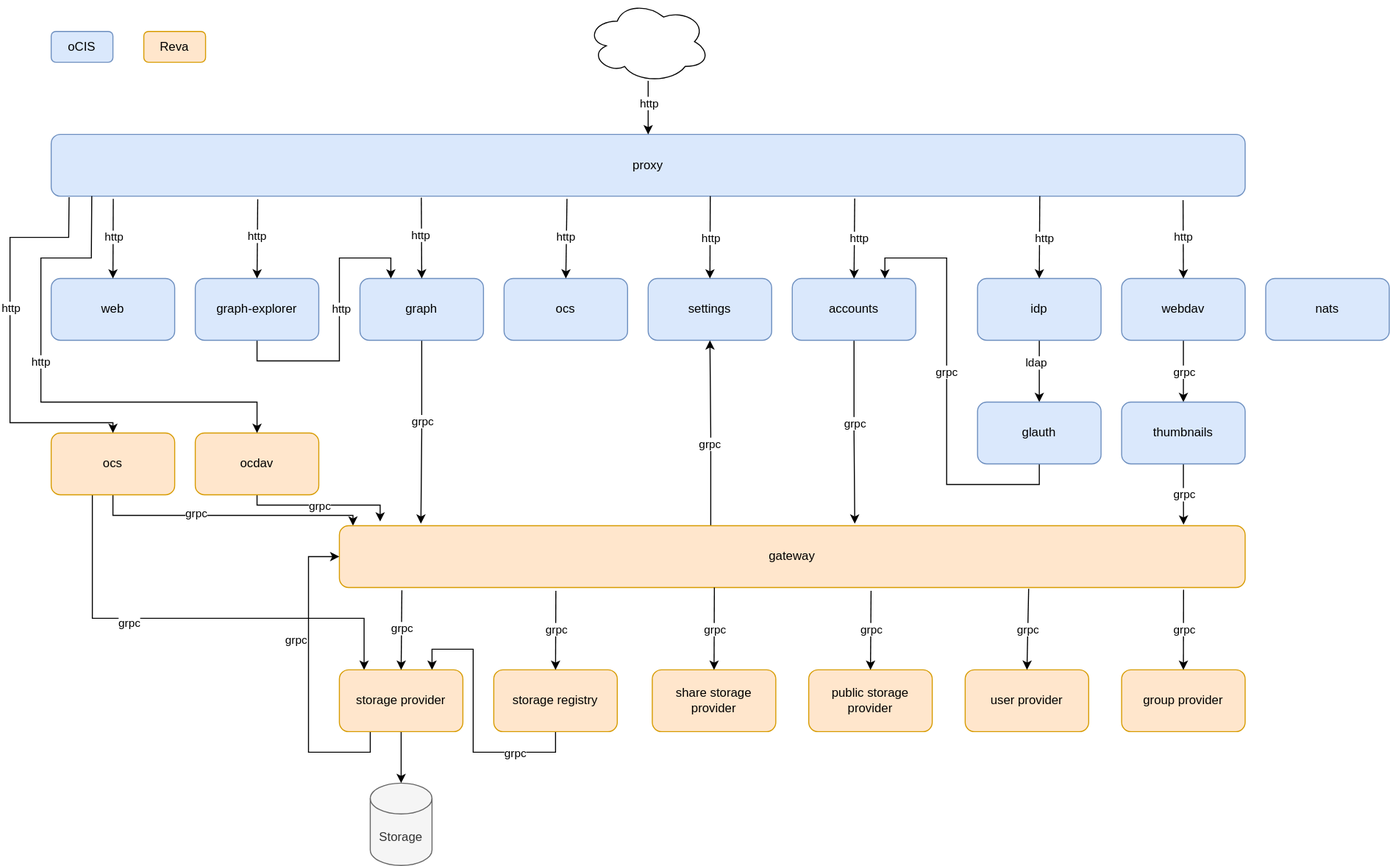
Above: docs/ocis/static/ocis-services-communication.drawio.svg in owncloud/ocis (draw.io), before the change. Source tidied: cells renumbered, new cells last; positions are measured from the earlier drawing's top-left corner, leaving out a move shared by most shapes.
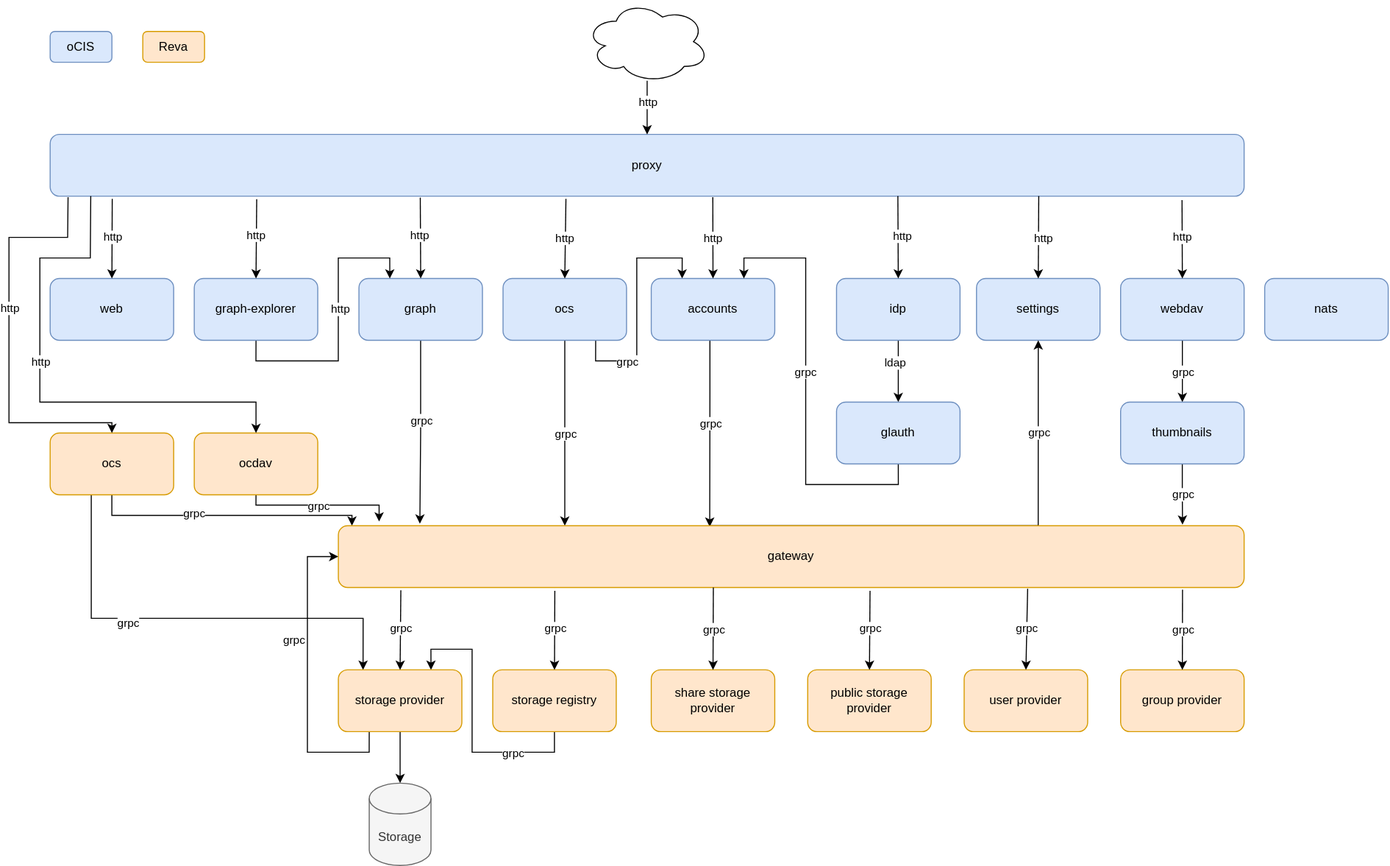
After the commit.

Commit message:
add connection between ocis/ocs and accounts, reva gateway

Change to the diagram source:
```diff
@@ -51,14 +51,42 @@
     <mxCell id="11" value="ocdav" style="rounded=1;whiteSpace=wrap;html=1;fillColor=#ffe6cc;strokeColor=#d79b00;" parent="1" vertex="1">
       <mxGeometry x="180" y="420" width="120" height="60" as="geometry" />
     </mxCell>
+    <mxCell id="88" style="edgeStyle=orthogonalEdgeStyle;rounded=0;jettySize=auto;html=1;entryX=0.25;entryY=0;entryDx=0;entryDy=0;" parent="1" edge="1" source="12" target="38">
+      <mxGeometry relative="1" as="geometry" />
+    </mxCell>
+    <mxCell id="89" value="grpc" style="edgeLabel;html=1;align=center;verticalAlign=middle;" parent="88" vertex="1">
+      <mxGeometry x="0.26" y="-2" relative="1" as="geometry">
+        <mxPoint x="2" y="-23" as="offset" />
+      </mxGeometry>
+    </mxCell>
+    <mxCell id="90" style="edgeStyle=orthogonalEdgeStyle;rounded=0;jettySize=auto;html=1;exitX=0.75;exitY=1;exitDx=0;exitDy=0;entryX=0.25;entryY=0;entryDx=0;entryDy=0;" parent="1" edge="1" source="12" target="16">
+      <mxGeometry relative="1" as="geometry">
+        <Array as="points">
+          <mxPoint x="570" y="350" />
+          <mxPoint x="610" y="350" />
+          <mxPoint x="610" y="250" />
+          <mxPoint x="654" y="250" />
+        </Array>
+      </mxGeometry>
+    </mxCell>
+    <mxCell id="91" value="grpc" style="edgeLabel;html=1;align=center;verticalAlign=middle;" parent="90" vertex="1">
+      <mxGeometry x="-0.22" y="3" relative="1" as="geometry">
+        <mxPoint x="-7" y="27" as="offset" />
+      </mxGeometry>
+    </mxCell>
     <mxCell id="12" value="ocs" style="rounded=1;whiteSpace=wrap;html=1;fillColor=#dae8fc;strokeColor=#6c8ebf;" parent="1" vertex="1">
       <mxGeometry x="480" y="270" width="120" height="60" as="geometry" />
     </mxCell>
     <mxCell id="13" value="settings" style="rounded=1;whiteSpace=wrap;html=1;fillColor=#dae8fc;strokeColor=#6c8ebf;" parent="1" vertex="1">
-      <mxGeometry x="620" y="270" width="120" height="60" as="geometry" />
+      <mxGeometry x="940" y="270" width="120" height="60" as="geometry" />
     </mxCell>
-    <mxCell id="14" style="edgeStyle=orthogonalEdgeStyle;rounded=0;jettySize=auto;html=1;entryX=0.569;entryY=-0.033;entryDx=0;entryDy=0;entryPerimeter=0;shadow=0;" parent="1" edge="1" source="16" target="38">
-      <mxGeometry relative="1" as="geometry" />
+    <mxCell id="14" style="edgeStyle=orthogonalEdgeStyle;rounded=0;jettySize=auto;html=1;shadow=0;entryX=0.41;entryY=0.017;entryDx=0;entryDy=0;entryPerimeter=0;" parent="1" edge="1" source="16" target="38">
+      <mxGeometry relative="1" as="geometry">
+        <Array as="points">
+          <mxPoint x="681" y="380" />
+          <mxPoint x="681" y="380" />
+        </Array>
+      </mxGeometry>
     </mxCell>
     <mxCell id="15" value="grpc" style="edgeLabel;html=1;align=center;verticalAlign=middle;" parent="14" vertex="1">
       <mxGeometry x="-0.77" y="2" relative="1" as="geometry">
@@ -66,7 +94,7 @@
       </mxGeometry>
     </mxCell>
     <mxCell id="16" value="accounts" style="rounded=1;whiteSpace=wrap;html=1;fillColor=#dae8fc;strokeColor=#6c8ebf;" parent="1" vertex="1">
-      <mxGeometry x="760" y="270" width="120" height="60" as="geometry" />
+      <mxGeometry x="624" y="270" width="120" height="60" as="geometry" />
     </mxCell>
     <mxCell id="17" style="edgeStyle=orthogonalEdgeStyle;rounded=0;jettySize=auto;html=1;exitX=0.5;exitY=1;exitDx=0;exitDy=0;entryX=0.5;entryY=0;entryDx=0;entryDy=0;" parent="1" edge="1" source="19" target="22">
       <mxGeometry relative="1" as="geometry" />
@@ -75,15 +103,15 @@
       <mxGeometry x="-0.31" y="-4" relative="1" as="geometry" />
     </mxCell>
     <mxCell id="19" value="idp" style="rounded=1;whiteSpace=wrap;html=1;fillColor=#dae8fc;strokeColor=#6c8ebf;" parent="1" vertex="1">
-      <mxGeometry x="940" y="270" width="120" height="60" as="geometry" />
+      <mxGeometry x="804" y="270" width="120" height="60" as="geometry" />
     </mxCell>
     <mxCell id="20" style="edgeStyle=orthogonalEdgeStyle;rounded=0;jettySize=auto;html=1;exitX=0.5;exitY=1;exitDx=0;exitDy=0;entryX=0.75;entryY=0;entryDx=0;entryDy=0;" parent="1" edge="1" source="22" target="16">
       <mxGeometry relative="1" as="geometry">
         <Array as="points">
-          <mxPoint x="1000" y="470" />
-          <mxPoint x="910" y="470" />
-          <mxPoint x="910" y="250" />
-          <mxPoint x="850" y="250" />
+          <mxPoint x="864" y="470" />
+          <mxPoint x="774" y="470" />
+          <mxPoint x="774" y="250" />
+          <mxPoint x="714" y="250" />
         </Array>
       </mxGeometry>
     </mxCell>
@@ -93,7 +121,7 @@
       </mxGeometry>
     </mxCell>
     <mxCell id="22" value="glauth" style="rounded=1;whiteSpace=wrap;html=1;fillColor=#dae8fc;strokeColor=#6c8ebf;" parent="1" vertex="1">
-      <mxGeometry x="940" y="390" width="120" height="60" as="geometry" />
+      <mxGeometry x="804" y="390" width="120" height="60" as="geometry" />
     </mxCell>
     <mxCell id="23" value="nats" style="rounded=1;whiteSpace=wrap;html=1;fillColor=#dae8fc;strokeColor=#6c8ebf;" parent="1" vertex="1">
       <mxGeometry x="1220" y="270" width="120" height="60" as="geometry" />
@@ -145,14 +173,18 @@
     <mxCell id="35" value="&lt;div&gt;thumbnails&lt;/div&gt;" style="rounded=1;whiteSpace=wrap;html=1;fillColor=#dae8fc;strokeColor=#6c8ebf;" parent="1" vertex="1">
       <mxGeometry x="1080" y="390" width="120" height="60" as="geometry" />
     </mxCell>
-    <mxCell id="36" style="edgeStyle=orthogonalEdgeStyle;rounded=0;jettySize=auto;html=1;entryX=0.5;entryY=1;entryDx=0;entryDy=0;shadow=0;exitX=0.41;exitY=0;exitDx=0;exitDy=0;exitPerimeter=0;" parent="1" edge="1" source="38" target="13">
-      <mxGeometry relative="1" as="geometry" />
+    <mxCell id="36" style="edgeStyle=orthogonalEdgeStyle;rounded=0;jettySize=auto;html=1;shadow=0;exitX=0.41;exitY=0;exitDx=0;exitDy=0;exitPerimeter=0;entryX=0.5;entryY=1;entryDx=0;entryDy=0;" parent="1" edge="1" source="38" target="13">
+      <mxGeometry relative="1" as="geometry">
+        <Array as="points">
+          <mxPoint x="1000" y="510" />
+        </Array>
+      </mxGeometry>
     </mxCell>
-    <mxCell id="37" value="grpc" style="edgeLabel;html=1;align=center;verticalAlign=middle;" parent="36" vertex="1">
-      <mxGeometry x="-0.26" y="-1" relative="1" as="geometry">
-        <mxPoint x="-2" y="-13" as="offset" />
-      </mxGeometry>
-    </mxCell>
+    <mxCell id="92" value="grpc" style="edgeLabel;html=1;align=center;verticalAlign=middle;" parent="36" vertex="1">
+      <mxGeometry x="0.78" relative="1" as="geometry">
+        <mxPoint y="35" as="offset" />
+      </mxGeometry>
+    </mxCell>
     <mxCell id="38" value="gateway" style="rounded=1;whiteSpace=wrap;html=1;fillColor=#ffe6cc;strokeColor=#d79b00;" parent="1" vertex="1">
       <mxGeometry x="320" y="510" width="880" height="60" as="geometry" />
     </mxCell>
@@ -238,7 +270,7 @@
         <mxPoint x="1" y="21" as="offset" />
       </mxGeometry>
     </mxCell>
-    <mxCell id="58" style="endArrow=classic;html=1;rounded=0;shadow=0;entryX=0.5;entryY=0;entryDx=0;entryDy=0;exitX=0.552;exitY=1;exitDx=0;exitDy=0;exitPerimeter=0;" parent="1" edge="1" source="2" target="13">
+    <mxCell id="58" style="endArrow=classic;html=1;rounded=0;shadow=0;exitX=0.555;exitY=1.017;exitDx=0;exitDy=0;exitPerimeter=0;entryX=0.5;entryY=0;entryDx=0;entryDy=0;" parent="1" edge="1" source="2" target="16">
       <mxGeometry relative="1" as="geometry" />
     </mxCell>
     <mxCell id="59" value="http" style="edgeLabel;html=1;align=center;verticalAlign=middle;" parent="58" vertex="1">
@@ -246,7 +278,7 @@
         <mxPoint x="-1" y="15" as="offset" />
       </mxGeometry>
     </mxCell>
-    <mxCell id="60" style="endArrow=classic;html=1;rounded=0;shadow=0;entryX=0.5;entryY=0;entryDx=0;entryDy=0;exitX=0.673;exitY=1.036;exitDx=0;exitDy=0;exitPerimeter=0;" parent="1" edge="1" source="2" target="16">
+    <mxCell id="60" style="endArrow=classic;html=1;rounded=0;shadow=0;exitX=0.71;exitY=1;exitDx=0;exitDy=0;exitPerimeter=0;entryX=0.5;entryY=0;entryDx=0;entryDy=0;" parent="1" edge="1" source="2" target="19">
       <mxGeometry relative="1" as="geometry" />
     </mxCell>
     <mxCell id="61" value="http" style="edgeLabel;html=1;align=center;verticalAlign=middle;" parent="60" vertex="1">
@@ -254,7 +286,7 @@
         <mxPoint y="18" as="offset" />
       </mxGeometry>
     </mxCell>
-    <mxCell id="62" style="endArrow=classic;html=1;rounded=0;shadow=0;entryX=0.5;entryY=0;entryDx=0;entryDy=0;exitX=0.828;exitY=1;exitDx=0;exitDy=0;exitPerimeter=0;" parent="1" edge="1" source="2" target="19">
+    <mxCell id="62" style="endArrow=classic;html=1;rounded=0;shadow=0;exitX=0.828;exitY=1;exitDx=0;exitDy=0;exitPerimeter=0;entryX=0.5;entryY=0;entryDx=0;entryDy=0;" parent="1" edge="1" source="2" target="13">
       <mxGeometry relative="1" as="geometry" />
     </mxCell>
     <mxCell id="63" value="http" style="edgeLabel;html=1;align=center;verticalAlign=middle;" parent="62" vertex="1">
```
